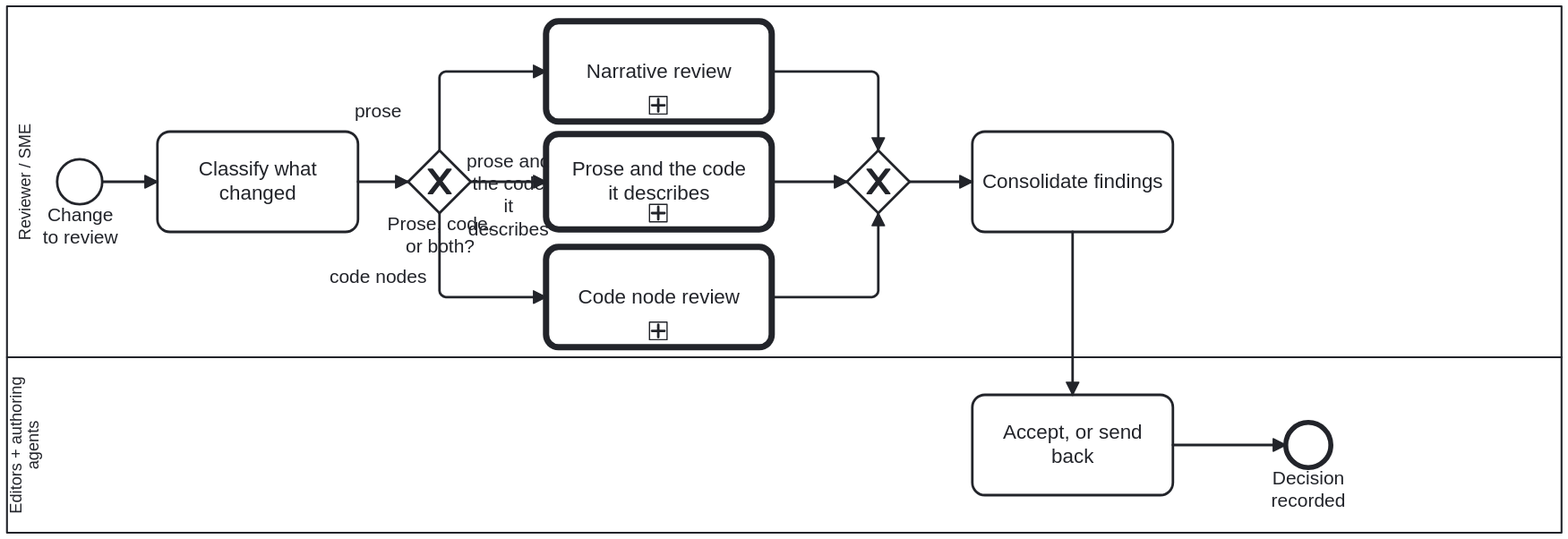
Above: docs/assets/img/workflows/review-task.svg in litlfred/cat-harness (BPMN), before the change. Its source is kept beside it as processes/content/review-task.bpmn. Ids are renumbered. Its diagram source:
```xml
<bpmn:definitions xmlns:bpmn="http://www.omg.org/spec/BPMN/20100524/MODEL"
                  xmlns:bpmndi="http://www.omg.org/spec/BPMN/20100524/DI"
                  xmlns:dc="http://www.omg.org/spec/DD/20100524/DC"
                  xmlns:di="http://www.omg.org/spec/DD/20100524/DI"
                  xmlns:bootstrap.processes="https://litlfred.github.io/bootstrap/v0/processes/ns#"
                   xmlns:cat-harness.processes="https://litlfred.github.io/cat-harness/v0/processes/ns#"
                  id="Definitions_ReviewTask"
                  targetNamespace="https://litlfred.github.io/folio-assistant/workflows">
  <bpmn:import namespace="https://litlfred.github.io/bootstrap/v0/processes/ns#" location="https://litlfred.github.io/bootstrap/v0/processes/ns.jsonld" importType="http://www.w3.org/ns/json-ld"/>
  <bpmn:resource id="editor" name="Editor"/>
  <bpmn:resource id="reviewer" name="Reviewer / SME"/>

  <!-- ═══════════════════════════════════════════════════════════
       Review task — the GENERIC entry, and the reason the two
       specialisms are subprocesses rather than inherited skills.

       ROLES COMPOSE TWO WAYS AND THEY ARE NOT THE SAME THING
       (skills/process/process-core/role-model.md):

         `inherits` is IS-A and STATIC. `qc-reviewer inherits reviewer`
         carries the reviewer's skills everywhere, always.

         The SUBPROCESS STACK is SCOPED. Descending into a called process,
         the actor keeps the outer role AND takes on the inner lane's, and
         the skills are the union ALONG THAT CALL PATH ONLY.

       Review is the case that needs the second. A generic reviewer that
       statically inherited both specialisms would carry the Tool and schema
       skills while reading prose, and the voice and translation skills while
       reading a schema — a closure so broad that `role-carries-activity-skill`
       could never fail, which is the audit going quiet rather than passing.

       So: this lane classifies WHAT CHANGED and descends. A change that is
       both prose and code visits both subprocesses; the actor is a narrative
       reviewer for one call and a code reviewer for the other, and neither
       role widens the other.
       ═══════════════════════════════════════════════════════════ -->

  <bpmn:process id="Process_Review" name="Review task" isExecutable="false">
    <bpmn:documentation>The generic review position: classify what changed, descend into the review that fits it, consolidate what comes back, and accept or send back.

You are in this process for any change under review. It is a DISPATCHER — the actor takes on the inner lane's role for the call path only — which is why prose and code can both be reviewed without either reviewer having to know the other's criteria. A change that is both — prose and the code it describes — takes a branch of its own, which reviews the two against each other; the gateway is exclusive and takes exactly one branch, so the earlier wording, that such a change goes through both, described a route the diagram could not take (issue #1042).

The accept-or-send-back decision lives here and nowhere beneath it. The subprocesses produce findings; this is the only lane entitled to turn findings into an outcome, and keeping that single makes "who decided" answerable.</bpmn:documentation>
    <bpmn:extensionElements>
      <cat-harness.processes:policy enforcement="advisory"/>
    </bpmn:extensionElements>

    <bpmn:laneSet id="LaneSet_Review">
      <bpmn:lane id="Lane_Reviewer" name="Reviewer / SME" partitionElementRef="reviewer">
        <bpmn:documentation>Makes exactly one decision on its own — what changed, at Task_ClassifyChange — and for everything after that descends into a subprocess, taking on the narrative- or code-reviewer role for that call path only rather than carrying both statically. A change that is both visits both subprocesses in turn, and neither role widens the other.</bpmn:documentation>
        <bpmn:flowNodeRef>Start_ChangeToReview</bpmn:flowNodeRef>
        <bpmn:flowNodeRef>Task_ClassifyChange</bpmn:flowNodeRef>
        <bpmn:flowNodeRef>GW_Kind</bpmn:flowNodeRef>
        <bpmn:flowNodeRef>Call_NarrativeReview</bpmn:flowNodeRef>
        <bpmn:flowNodeRef>Call_CodeReview</bpmn:flowNodeRef>
        <bpmn:flowNodeRef>Call_NarrativeCodeReview</bpmn:flowNodeRef>
        <bpmn:flowNodeRef>GW_Join</bpmn:flowNodeRef>
        <bpmn:flowNodeRef>Task_Consolidate</bpmn:flowNodeRef>
        <bpmn:flowNodeRef>End_Reviewed</bpmn:flowNodeRef>
      </bpmn:lane>
      <bpmn:lane id="Lane_EditorDecides" name="Editors + authoring agents" partitionElementRef="editor">
        <bpmn:documentation>Kept a separate lane on purpose, holding the one activity this diagram gives it: the reviewer who classified and judged the change is never the party that accepts it, so consolidated findings cross a lane boundary before anything is decided on them.</bpmn:documentation>
        <bpmn:flowNodeRef>Task_EditorDecides</bpmn:flowNodeRef>
      </bpmn:lane>
    </bpmn:laneSet>

    <bpmn:startEvent id="Start_ChangeToReview" name="Change&#10;to review"/>

    <bpmn:task id="Task_ClassifyChange" name="Classify what changed">
      <bpmn:documentation>
        Prose, code nodes, or both. This is the only decision the generic lane
        makes on its own: everything after it is made inside a subprocess by
        the role that lane binds.

        Binds `content-review`, the same skill as Task_Consolidate in this lane,
        since placement PR3 (bean `63wl`): it named a paper skill the science
        layer owns, which this harness diagram
        cannot reach. A paper process that wants semantic scoping adds it by
        calling this process.
      </bpmn:documentation>
      <bpmn:extensionElements><bootstrap.processes:skill ref="content-review"/><bootstrap.processes:skill ref="staging-review"/></bpmn:extensionElements>
    </bpmn:task>

    <bpmn:exclusiveGateway id="GW_Kind" name="Prose, code,&#10;or both?">
      <bpmn:documentation>What changed decides which review it gets, from Task_ClassifyChange's scoping. Prose alone goes to narrative review and code nodes alone to code node review. A change touching BOTH SIDES OF A DECLARED PAIR — a diagram and the workflow it implements, a skill and the code beside it — goes to the pair review, which is the only branch that reads the two against each other. Exclusive, so exactly one branch is taken.</bpmn:documentation>
    </bpmn:exclusiveGateway>

    <bpmn:callActivity id="Call_NarrativeReview" name="Narrative review" calledElement="Process_NarrativeReview">
      <bpmn:documentation>
        Descend into Process_NarrativeReview. The actor takes on the
        `narrative-reviewer` lane for this call path only.
      </bpmn:documentation>
    </bpmn:callActivity>

    <bpmn:callActivity id="Call_CodeReview" name="Code node review" calledElement="Process_CodeReview">
      <bpmn:documentation>
        Descend into Process_CodeReview. The actor takes on the `code-reviewer`
        lane for this call path only.
      </bpmn:documentation>
    </bpmn:callActivity>

    <bpmn:callActivity id="Call_NarrativeCodeReview" name="Prose and the code&#10;it describes" calledElement="Process_NarrativeCodeReview">
      <bpmn:documentation>
        Descend into Process_NarrativeCodeReview: judge what the pair checks
        could not settle (a stale pair, a false or undetermined claim), and
        send a disagreement with a checker to adjudication. Issue #1042, stage C.
      </bpmn:documentation>
    </bpmn:callActivity>

    <bpmn:exclusiveGateway id="GW_Join"/>

    <bpmn:task id="Task_Consolidate" name="Consolidate findings">
      <bpmn:documentation>
        One report from however many subprocesses ran. Findings are advice: a
        reviewer cannot accept the change.
      </bpmn:documentation>
      <bpmn:extensionElements><bootstrap.processes:skill ref="content-review"/></bpmn:extensionElements>
    </bpmn:task>

    <bpmn:task id="Task_EditorDecides" name="Accept, or send back">
      <bpmn:documentation>
        The editor's lane, kept separate on purpose: the reviewer who judged the
        change is not the position that accepts it.
      </bpmn:documentation>
      <bpmn:extensionElements><bootstrap.processes:skill ref="content-validate"/></bpmn:extensionElements>
    </bpmn:task>

    <bpmn:endEvent id="End_Reviewed" name="Decision&#10;recorded"/>

    <bpmn:sequenceFlow id="F_R1" sourceRef="Start_ChangeToReview" targetRef="Task_ClassifyChange"/>
    <bpmn:sequenceFlow id="F_R2" sourceRef="Task_ClassifyChange" targetRef="GW_Kind"/>
    <bpmn:sequenceFlow id="F_R3" name="prose" sourceRef="GW_Kind" targetRef="Call_NarrativeReview"/>
    <bpmn:sequenceFlow id="F_R4" name="code nodes" sourceRef="GW_Kind" targetRef="Call_CodeReview"/>
    <bpmn:sequenceFlow id="F_R10" name="prose and the code it describes" sourceRef="GW_Kind" targetRef="Call_NarrativeCodeReview"/>
    <bpmn:sequenceFlow id="F_R5" sourceRef="Call_NarrativeReview" targetRef="GW_Join"/>
    <bpmn:sequenceFlow id="F_R11" sourceRef="Call_NarrativeCodeReview" targetRef="GW_Join"/>
    <bpmn:sequenceFlow id="F_R6" sourceRef="Call_CodeReview" targetRef="GW_Join"/>
    <bpmn:sequenceFlow id="F_R7" sourceRef="GW_Join" targetRef="Task_Consolidate"/>
    <bpmn:sequenceFlow id="F_R8" sourceRef="Task_Consolidate" targetRef="Task_EditorDecides"/>
    <bpmn:sequenceFlow id="F_R9" sourceRef="Task_EditorDecides" targetRef="End_Reviewed"/>

  </bpmn:process>

  <bpmndi:BPMNDiagram id="Diagram_ReviewTask">
    <bpmndi:BPMNPlane id="Plane_ReviewTask" bpmnElement="Process_Review">
      <bpmndi:BPMNShape id="S_Lane_Reviewer" bpmnElement="Lane_Reviewer" isHorizontal="true">
        <dc:Bounds x="160" y="80" width="1240" height="280"/>
      </bpmndi:BPMNShape>
      <bpmndi:BPMNShape id="S_Lane_EditorDecides" bpmnElement="Lane_EditorDecides" isHorizontal="true">
        <dc:Bounds x="160" y="360" width="1240" height="140"/>
      </bpmndi:BPMNShape>
      <bpmndi:BPMNShape id="S_Start_ChangeToReview" bpmnElement="Start_ChangeToReview">
        <dc:Bounds x="200" y="202" width="36" height="36"/>
      </bpmndi:BPMNShape>
      <bpmndi:BPMNShape id="S_Task_ClassifyChange" bpmnElement="Task_ClassifyChange">
        <dc:Bounds x="280" y="180" width="160" height="80"/>
      </bpmndi:BPMNShape>
      <bpmndi:BPMNShape id="S_GW_Kind" bpmnElement="GW_Kind" isMarkerVisible="true">
        <dc:Bounds x="480" y="195" width="50" height="50"/>
      </bpmndi:BPMNShape>
      <bpmndi:BPMNShape id="S_Call_NarrativeReview" bpmnElement="Call_NarrativeReview">
        <dc:Bounds x="590" y="92" width="180" height="80"/>
      </bpmndi:BPMNShape>
      <bpmndi:BPMNShape id="S_Call_CodeReview" bpmnElement="Call_CodeReview">
        <dc:Bounds x="590" y="272" width="180" height="80"/>
      </bpmndi:BPMNShape>
      <bpmndi:BPMNShape id="S_Call_NarrativeCodeReview" bpmnElement="Call_NarrativeCodeReview">
        <dc:Bounds x="590" y="182" width="180" height="76"/>
      </bpmndi:BPMNShape>
      <bpmndi:BPMNShape id="S_GW_Join" bpmnElement="GW_Join" isMarkerVisible="true">
        <dc:Bounds x="830" y="195" width="50" height="50"/>
      </bpmndi:BPMNShape>
      <bpmndi:BPMNShape id="S_Task_Consolidate" bpmnElement="Task_Consolidate">
        <dc:Bounds x="930" y="180" width="160" height="80"/>
      </bpmndi:BPMNShape>
      <bpmndi:BPMNShape id="S_Task_EditorDecides" bpmnElement="Task_EditorDecides">
        <dc:Bounds x="930" y="390" width="160" height="80"/>
      </bpmndi:BPMNShape>
      <bpmndi:BPMNShape id="S_End_Reviewed" bpmnElement="End_Reviewed">
        <dc:Bounds x="1180" y="412" width="36" height="36"/>
      </bpmndi:BPMNShape>
      <bpmndi:BPMNEdge id="E_F_R1" bpmnElement="F_R1">
        <di:waypoint x="236" y="220"/><di:waypoint x="280" y="220"/>
      </bpmndi:BPMNEdge>
      <bpmndi:BPMNEdge id="E_F_R2" bpmnElement="F_R2">
        <di:waypoint x="440" y="220"/><di:waypoint x="480" y="220"/>
      </bpmndi:BPMNEdge>
      <bpmndi:BPMNEdge id="E_F_R3" bpmnElement="F_R3">
        <di:waypoint x="505" y="195"/><di:waypoint x="505" y="132"/><di:waypoint x="590" y="132"/>
        <bpmndi:BPMNLabel><dc:Bounds x="411" y="154.5" width="90" height="18" /></bpmndi:BPMNLabel>
      </bpmndi:BPMNEdge>
      <bpmndi:BPMNEdge id="E_F_R4" bpmnElement="F_R4">
        <di:waypoint x="505" y="245"/><di:waypoint x="505" y="312"/><di:waypoint x="590" y="312"/>
        <bpmndi:BPMNLabel><dc:Bounds x="411" y="286.75" width="90" height="17" /></bpmndi:BPMNLabel>
      </bpmndi:BPMNEdge>
      <bpmndi:BPMNEdge id="E_F_R5" bpmnElement="F_R5">
        <di:waypoint x="770" y="132"/><di:waypoint x="855" y="132"/><di:waypoint x="855" y="195"/>
      </bpmndi:BPMNEdge>
      <bpmndi:BPMNEdge id="E_F_R6" bpmnElement="F_R6">
        <di:waypoint x="770" y="312"/><di:waypoint x="855" y="312"/><di:waypoint x="855" y="245"/>
      </bpmndi:BPMNEdge>
      <bpmndi:BPMNEdge id="E_F_R10" bpmnElement="F_R10">
        <di:waypoint x="530" y="220"/><di:waypoint x="590" y="220"/>
      </bpmndi:BPMNEdge>
      <bpmndi:BPMNEdge id="E_F_R11" bpmnElement="F_R11">
        <di:waypoint x="770" y="220"/><di:waypoint x="830" y="220"/>
      </bpmndi:BPMNEdge>
      <bpmndi:BPMNEdge id="E_F_R7" bpmnElement="F_R7">
        <di:waypoint x="880" y="220"/><di:waypoint x="930" y="220"/>
      </bpmndi:BPMNEdge>
      <bpmndi:BPMNEdge id="E_F_R8" bpmnElement="F_R8">
        <di:waypoint x="1010" y="260"/><di:waypoint x="1010" y="390"/>
      </bpmndi:BPMNEdge>
      <bpmndi:BPMNEdge id="E_F_R9" bpmnElement="F_R9">
        <di:waypoint x="1090" y="430"/><di:waypoint x="1180" y="430"/>
      </bpmndi:BPMNEdge>
    </bpmndi:BPMNPlane>
  </bpmndi:BPMNDiagram>
</bpmn:definitions>
```
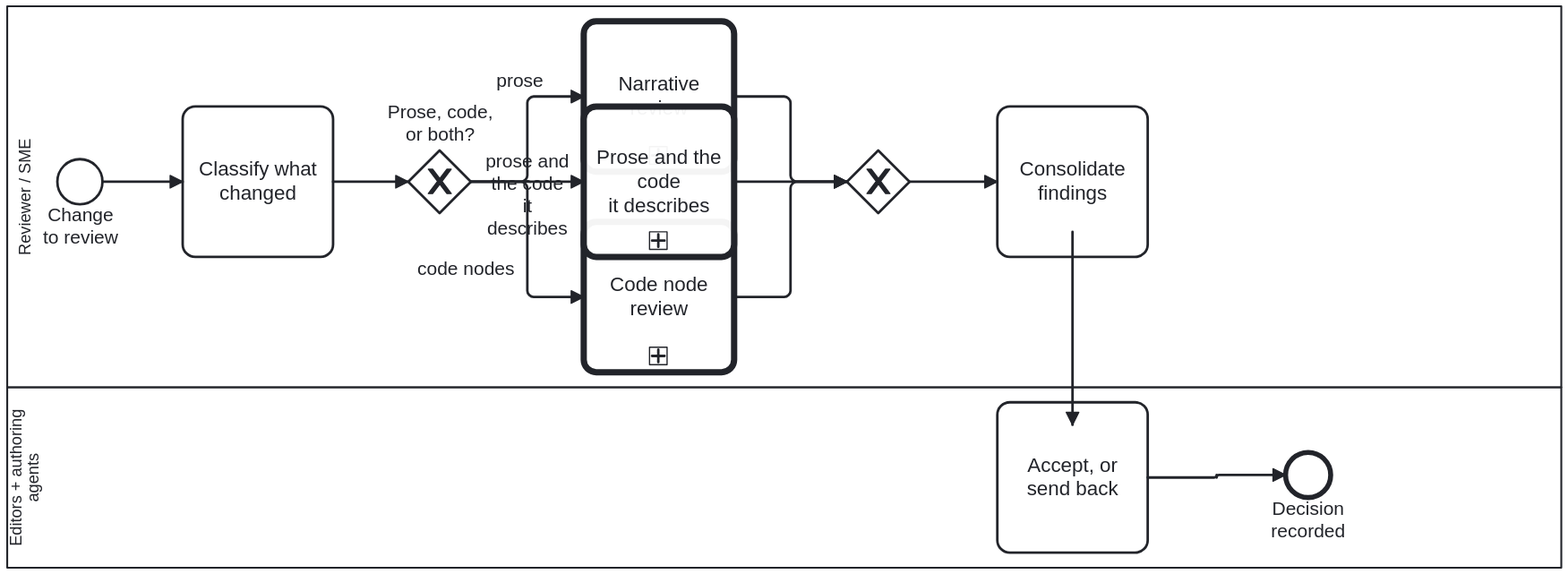
After the commit.

Diff of the diagram source:
```diff
@@ -145,75 +145,97 @@
   <bpmndi:BPMNDiagram id="Diagram_ReviewTask">
     <bpmndi:BPMNPlane id="Plane_ReviewTask" bpmnElement="Process_Review">
       <bpmndi:BPMNShape id="S_Lane_Reviewer" bpmnElement="Lane_Reviewer" isHorizontal="true">
-        <dc:Bounds x="160" y="80" width="1240" height="280"/>
+        <dc:Bounds x="160" y="80" width="1240" height="304" />
       </bpmndi:BPMNShape>
       <bpmndi:BPMNShape id="S_Lane_EditorDecides" bpmnElement="Lane_EditorDecides" isHorizontal="true">
-        <dc:Bounds x="160" y="360" width="1240" height="140"/>
+        <dc:Bounds x="160" y="384" width="1240" height="144" />
       </bpmndi:BPMNShape>
       <bpmndi:BPMNShape id="S_Start_ChangeToReview" bpmnElement="Start_ChangeToReview">
-        <dc:Bounds x="200" y="202" width="36" height="36"/>
+        <dc:Bounds x="200" y="202" width="36" height="36" />
       </bpmndi:BPMNShape>
       <bpmndi:BPMNShape id="S_Task_ClassifyChange" bpmnElement="Task_ClassifyChange">
-        <dc:Bounds x="280" y="180" width="160" height="80"/>
+        <dc:Bounds x="300" y="160" width="120" height="120" />
       </bpmndi:BPMNShape>
       <bpmndi:BPMNShape id="S_GW_Kind" bpmnElement="GW_Kind" isMarkerVisible="true">
-        <dc:Bounds x="480" y="195" width="50" height="50"/>
+        <dc:Bounds x="480" y="195" width="50" height="50" />
+        <bpmndi:BPMNLabel><dc:Bounds x="460" y="156" width="90" height="35" /></bpmndi:BPMNLabel>
       </bpmndi:BPMNShape>
       <bpmndi:BPMNShape id="S_Call_NarrativeReview" bpmnElement="Call_NarrativeReview">
-        <dc:Bounds x="590" y="92" width="180" height="80"/>
+        <dc:Bounds x="620" y="92" width="120" height="120" />
       </bpmndi:BPMNShape>
       <bpmndi:BPMNShape id="S_Call_CodeReview" bpmnElement="Call_CodeReview">
-        <dc:Bounds x="590" y="272" width="180" height="80"/>
+        <dc:Bounds x="620" y="252" width="120" height="120" />
       </bpmndi:BPMNShape>
       <bpmndi:BPMNShape id="S_Call_NarrativeCodeReview" bpmnElement="Call_NarrativeCodeReview">
-        <dc:Bounds x="590" y="182" width="180" height="76"/>
+        <dc:Bounds x="620" y="160" width="120" height="120" />
       </bpmndi:BPMNShape>
       <bpmndi:BPMNShape id="S_GW_Join" bpmnElement="GW_Join" isMarkerVisible="true">
-        <dc:Bounds x="830" y="195" width="50" height="50"/>
+        <dc:Bounds x="830" y="195" width="50" height="50" />
       </bpmndi:BPMNShape>
       <bpmndi:BPMNShape id="S_Task_Consolidate" bpmnElement="Task_Consolidate">
-        <dc:Bounds x="930" y="180" width="160" height="80"/>
+        <dc:Bounds x="950" y="160" width="120" height="120" />
       </bpmndi:BPMNShape>
       <bpmndi:BPMNShape id="S_Task_EditorDecides" bpmnElement="Task_EditorDecides">
-        <dc:Bounds x="930" y="390" width="160" height="80"/>
+        <dc:Bounds x="950" y="396" width="120" height="120" />
       </bpmndi:BPMNShape>
       <bpmndi:BPMNShape id="S_End_Reviewed" bpmnElement="End_Reviewed">
-        <dc:Bounds x="1180" y="412" width="36" height="36"/>
+        <dc:Bounds x="1180" y="436" width="36" height="36" />
       </bpmndi:BPMNShape>
       <bpmndi:BPMNEdge id="E_F_R1" bpmnElement="F_R1">
-        <di:waypoint x="236" y="220"/><di:waypoint x="280" y="220"/>
+        <di:waypoint x="236" y="220" />
+        <di:waypoint x="300" y="220" />
       </bpmndi:BPMNEdge>
       <bpmndi:BPMNEdge id="E_F_R2" bpmnElement="F_R2">
-        <di:waypoint x="440" y="220"/><di:waypoint x="480" y="220"/>
+        <di:waypoint x="420" y="220" />
+        <di:waypoint x="480" y="220" />
       </bpmndi:BPMNEdge>
       <bpmndi:BPMNEdge id="E_F_R3" bpmnElement="F_R3">
-        <di:waypoint x="505" y="195"/><di:waypoint x="505" y="132"/><di:waypoint x="590" y="132"/>
-        <bpmndi:BPMNLabel><dc:Bounds x="411" y="154.5" width="90" height="18" /></bpmndi:BPMNLabel>
+        <di:waypoint x="530" y="220" />
+        <di:waypoint x="575" y="220" />
+        <di:waypoint x="575" y="152" />
+        <di:waypoint x="620" y="152" />
+        <bpmndi:BPMNLabel><dc:Bounds x="524" y="131" width="90" height="18" /></bpmndi:BPMNLabel>
       </bpmndi:BPMNEdge>
       <bpmndi:BPMNEdge id="E_F_R4" bpmnElement="F_R4">
-        <di:waypoint x="505" y="245"/><di:waypoint x="505" y="312"/><di:waypoint x="590" y="312"/>
-        <bpmndi:BPMNLabel><dc:Bounds x="411" y="286.75" width="90" height="17" /></bpmndi:BPMNLabel>
+        <di:waypoint x="530" y="220" />
+        <di:waypoint x="575" y="220" />
+        <di:waypoint x="575" y="312" />
+        <di:waypoint x="620" y="312" />
+        <bpmndi:BPMNLabel><dc:Bounds x="481" y="280.5" width="90" height="17" /></bpmndi:BPMNLabel>
       </bpmndi:BPMNEdge>
       <bpmndi:BPMNEdge id="E_F_R5" bpmnElement="F_R5">
-        <di:waypoint x="770" y="132"/><di:waypoint x="855" y="132"/><di:waypoint x="855" y="195"/>
+        <di:waypoint x="740" y="152" />
+        <di:waypoint x="785" y="152" />
+        <di:waypoint x="785" y="220" />
+        <di:waypoint x="830" y="220" />
       </bpmndi:BPMNEdge>
       <bpmndi:BPMNEdge id="E_F_R6" bpmnElement="F_R6">
-        <di:waypoint x="770" y="312"/><di:waypoint x="855" y="312"/><di:waypoint x="855" y="245"/>
+        <di:waypoint x="740" y="312" />
+        <di:waypoint x="785" y="312" />
+        <di:waypoint x="785" y="220" />
+        <di:waypoint x="830" y="220" />
       </bpmndi:BPMNEdge>
       <bpmndi:BPMNEdge id="E_F_R10" bpmnElement="F_R10">
-        <di:waypoint x="530" y="220"/><di:waypoint x="590" y="220"/>
+        <di:waypoint x="530" y="220" />
+        <di:waypoint x="620" y="220" />
       </bpmndi:BPMNEdge>
       <bpmndi:BPMNEdge id="E_F_R11" bpmnElement="F_R11">
-        <di:waypoint x="770" y="220"/><di:waypoint x="830" y="220"/>
+        <di:waypoint x="740" y="220" />
+        <di:waypoint x="830" y="220" />
       </bpmndi:BPMNEdge>
       <bpmndi:BPMNEdge id="E_F_R7" bpmnElement="F_R7">
-        <di:waypoint x="880" y="220"/><di:waypoint x="930" y="220"/>
+        <di:waypoint x="880" y="220" />
+        <di:waypoint x="950" y="220" />
       </bpmndi:BPMNEdge>
       <bpmndi:BPMNEdge id="E_F_R8" bpmnElement="F_R8">
-        <di:waypoint x="1010" y="260"/><di:waypoint x="1010" y="390"/>
+        <di:waypoint x="1010" y="260" />
+        <di:waypoint x="1010" y="414" />
       </bpmndi:BPMNEdge>
       <bpmndi:BPMNEdge id="E_F_R9" bpmnElement="F_R9">
-        <di:waypoint x="1090" y="430"/><di:waypoint x="1180" y="430"/>
+        <di:waypoint x="1070" y="456" />
+        <di:waypoint x="1125" y="456" />
+        <di:waypoint x="1125" y="454" />
+        <di:waypoint x="1180" y="454" />
       </bpmndi:BPMNEdge>
     </bpmndi:BPMNPlane>
   </bpmndi:BPMNDiagram>
```
